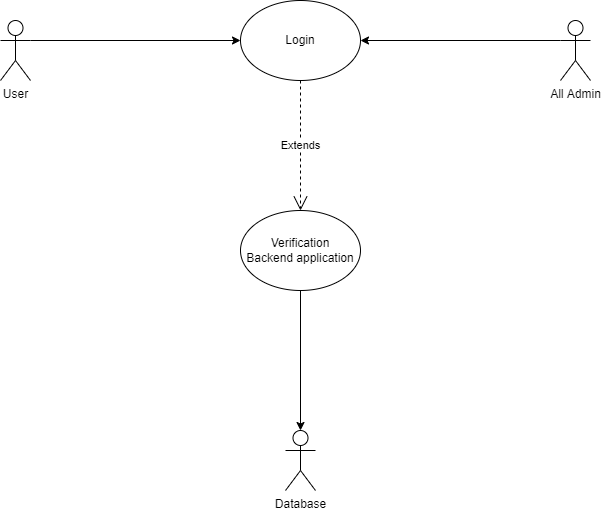
Before: Use case diagram/Electronics mart login.png, a diagram exported from draw.io (mohitleo03/Software-Engineering-Project-Management). Source tidied: cells renumbered, new cells last; positions are measured from the earlier drawing's top-left corner, leaving out a move shared by most shapes.
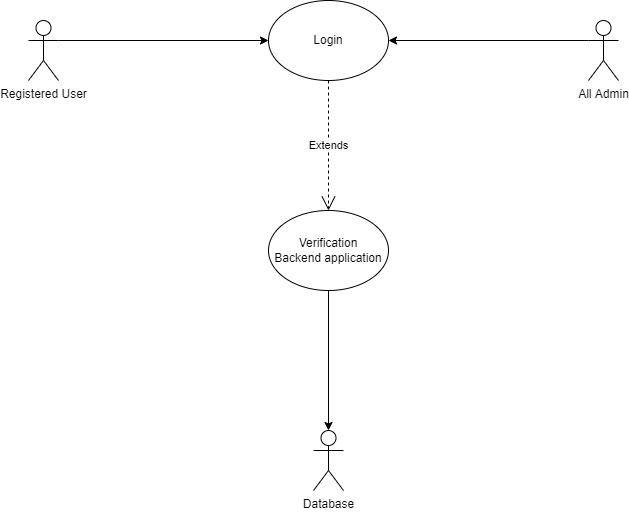
After the commit.

Change to the diagram source:
```diff
@@ -5,7 +5,7 @@
     <mxCell id="2" style="edgeStyle=none;rounded=0;jettySize=auto;html=1;exitX=1;exitY=0.3333333333333333;exitDx=0;exitDy=0;exitPerimeter=0;entryX=0;entryY=0.5;entryDx=0;entryDy=0;" parent="1" edge="1" source="3" target="5">
       <mxGeometry relative="1" as="geometry" />
     </mxCell>
-    <mxCell id="3" value="User" style="shape=umlActor;verticalLabelPosition=bottom;verticalAlign=top;html=1;outlineConnect=0;" parent="1" vertex="1">
+    <mxCell id="3" value="Registered User" style="shape=umlActor;verticalLabelPosition=bottom;verticalAlign=top;html=1;outlineConnect=0;" parent="1" vertex="1">
       <mxGeometry y="20" width="30" height="60" as="geometry" />
     </mxCell>
     <mxCell id="4" value="All Admin" style="shape=umlActor;verticalLabelPosition=bottom;verticalAlign=top;html=1;outlineConnect=0;" parent="1" vertex="1">
```
